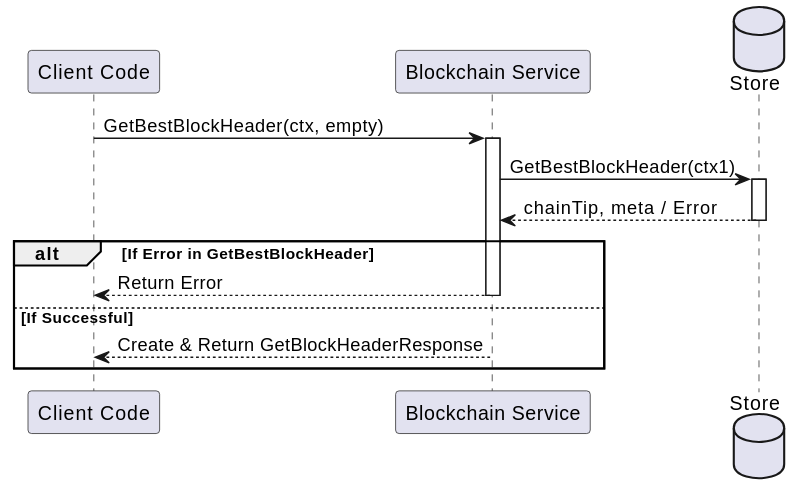
This is docs/services/img/plantuml/blockchain/blockchain_get_best_block_header.svg from freemans13/teranode, a PlantUML export, as it was before one commit. Its source is kept beside it as docs/services/img/plantuml/blockchain/blockchain_get_best_block_header.puml. The source it was exported from:
```plantuml
@startuml
participant "Client Code" as Client
participant "Blockchain Service" as Service
database "Store" as Store

Client -> Service: GetBestBlockHeader(ctx, empty)
activate Service

Service -> Store: GetBestBlockHeader(ctx1)
activate Store
Store --> Service: chainTip, meta / Error
deactivate Store

alt If Error in GetBestBlockHeader
    Service --> Client: Return Error
    deactivate Service
else If Successful
    Service --> Client: Create & Return GetBlockHeaderResponse
end

deactivate Service
@enduml
```
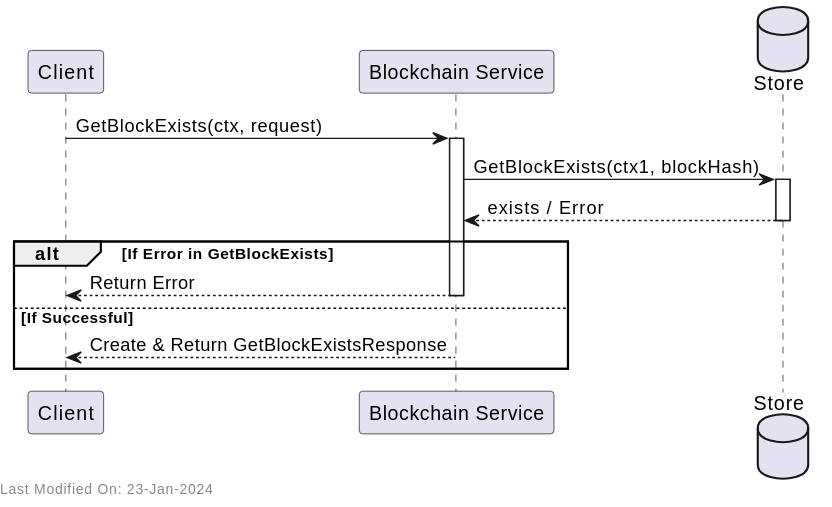
Later version of the same file.

Diff of the diagram source:
```diff
@@ -19,4 +19,7 @@
 end
 
 deactivate Service
+
+left footer Last Modified On: 23-Jan-2024
+
 @enduml
```
